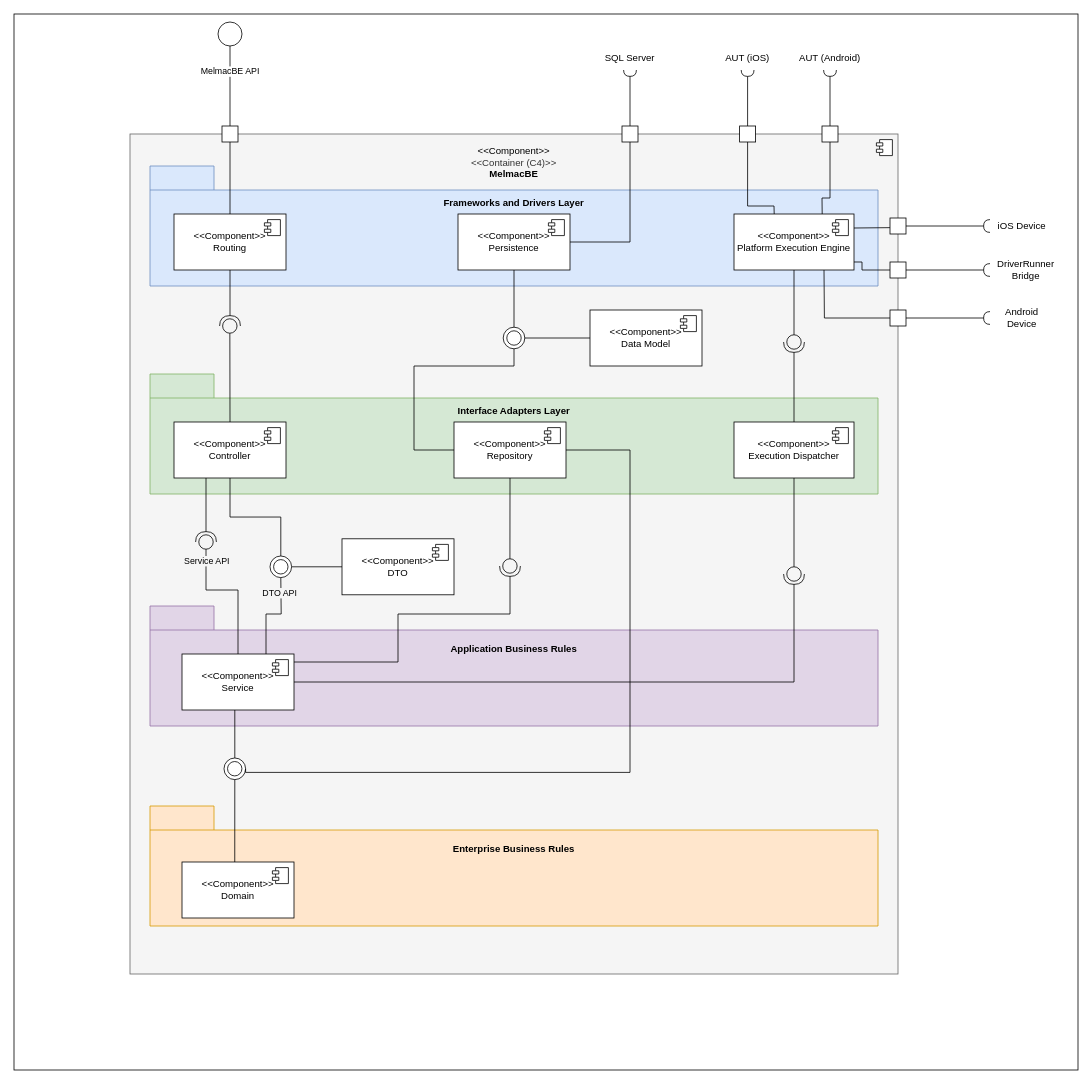
Earlier version of the draw.io diagram docs/global-artifacts/03.design/logical-view/level-3/drawio/L3-LV-MelmacBE.drawio (Mindera/Alfie-Melmac-Performance-Testing). Source tidied: cells renumbered, new cells numbered last; positions are measured from the earlier drawing's top-left corner, leaving out a move shared by most shapes. Both pictures are drawn from the tidied source at 80%, with x=0, y=0 at pixel (14, 14).
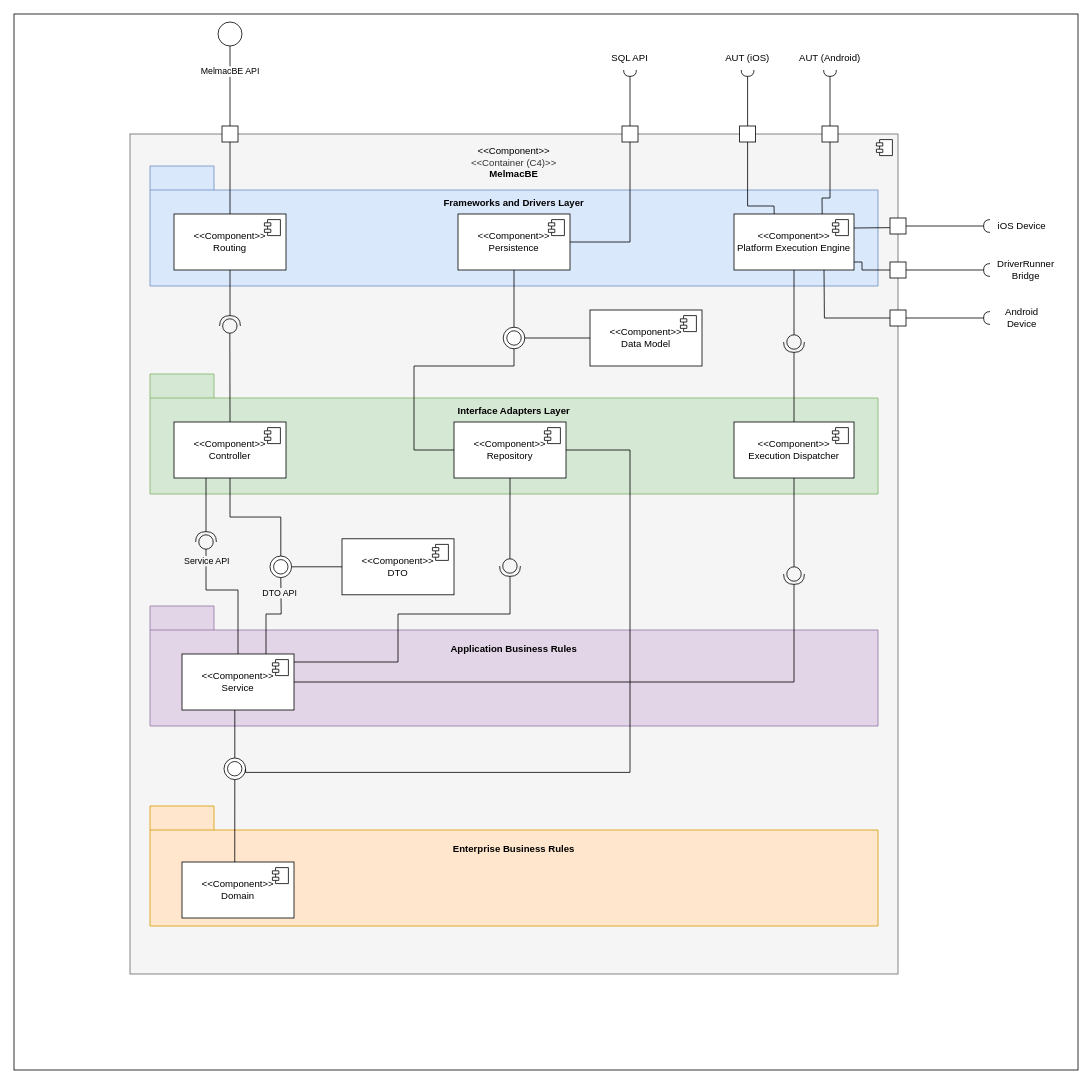
After the change.

What changed in the source:
```diff
@@
-    <mxCell id="85" value="SQL Server" style="text;html=1;align=center;verticalAlign=middle;whiteSpace=wrap;rounded=0;" parent="8" vertex="1">
+    <mxCell id="85" value="SQL API" style="text;html=1;align=center;verticalAlign=middle;whiteSpace=wrap;rounded=0;" parent="8" vertex="1">
       <mxGeometry x="730" y="40" width="80" height="30" as="geometry" />
     </mxCell>
```
